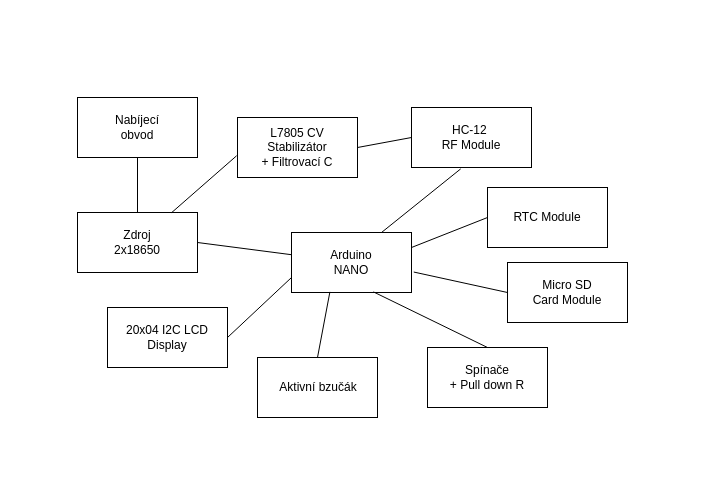
pekarekmarek/pozarni_casomira keeps this draw.io diagram as Untitled Diagram.drawio. Above is the earlier version. Source tidied: cells renumbered, new cells numbered last; positions are measured from the earlier drawing's top-left corner, leaving out a move shared by most shapes. Both pictures are drawn from the tidied source at 100%, with x=0, y=0 at pixel (77, 97).
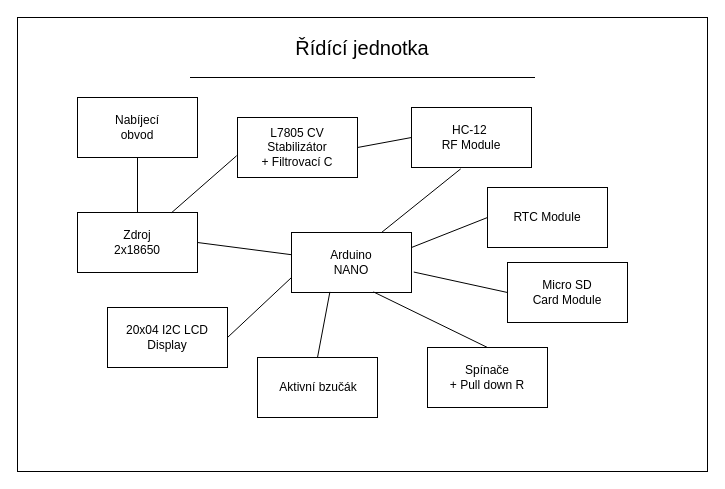
The same page after the edit.

Commit message (it also covers changes not shown here):
Blokové schéma

What changed in the source:
```diff
@@
+    <mxCell id="32" style="rounded=0;whiteSpace=wrap;html=1;" parent="1" vertex="1">
+      <mxGeometry x="-60" y="-80" width="690" height="454" as="geometry" />
+    </mxCell>
@@
+    <mxCell id="33" value="&lt;font style=&quot;font-size: 20px&quot;&gt;Řídící jednotka&lt;/font&gt;" style="text;html=1;strokeColor=none;fillColor=none;align=center;verticalAlign=middle;whiteSpace=wrap;rounded=0;" parent="1" vertex="1">
+      <mxGeometry x="-60" y="-80" width="690" height="60" as="geometry" />
+    </mxCell>
+    <mxCell id="34" style="endArrow=none;html=1;entryX=0.75;entryY=1;entryDx=0;entryDy=0;exitX=0.25;exitY=1;exitDx=0;exitDy=0;" parent="1" edge="1" source="33" target="33">
+      <mxGeometry relative="1" as="geometry" />
+    </mxCell>
```
